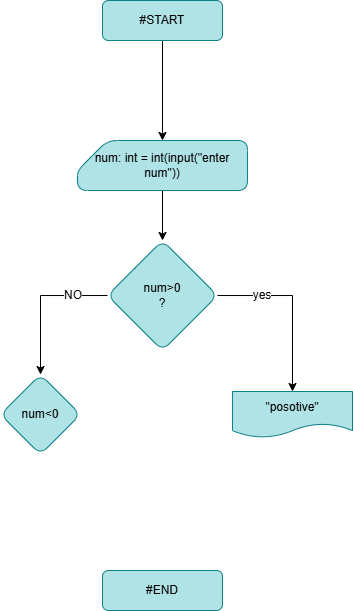
Above: elif.diag.png in mayalis2002/Class-Practice (draw.io), before the change. Source tidied: cells renumbered, new cells last; positions are measured from the earlier drawing's top-left corner, leaving out a move shared by most shapes.
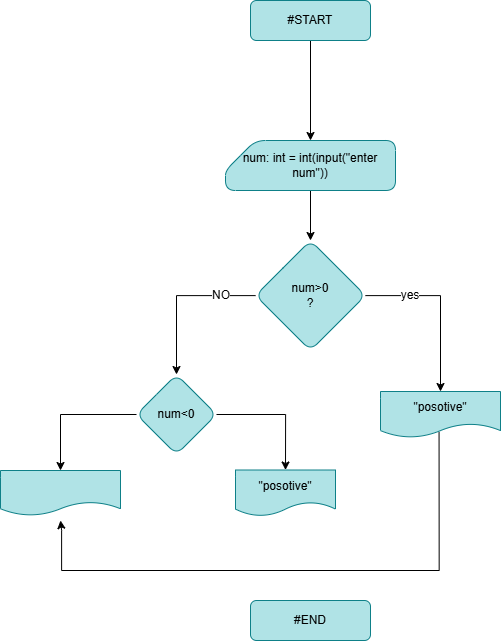
The same file after the commit.

What changed in the source:
```diff
@@ -23,14 +23,31 @@
     <mxCell id="8" value="num&amp;gt;0&lt;div&gt;?&lt;/div&gt;" style="rhombus;whiteSpace=wrap;html=1;rounded=1;strokeColor=#0e8088;align=center;verticalAlign=middle;fontFamily=Helvetica;fontSize=12;fontColor=default;fillColor=#b0e3e6;" parent="1" vertex="1">
       <mxGeometry x="107" y="240" width="110" height="110" as="geometry" />
     </mxCell>
+    <mxCell id="14" style="edgeStyle=orthogonalEdgeStyle;rounded=0;jettySize=auto;html=1;fontFamily=Helvetica;fontSize=12;fontColor=default;" parent="1" edge="1" source="9" target="18">
+      <mxGeometry relative="1" as="geometry" />
+    </mxCell>
+    <mxCell id="15" style="edgeStyle=orthogonalEdgeStyle;rounded=0;jettySize=auto;html=1;fontFamily=Helvetica;fontSize=12;fontColor=default;entryX=0.5;entryY=0;entryDx=0;entryDy=0;" parent="1" edge="1" source="9" target="17">
+      <mxGeometry relative="1" as="geometry" />
+    </mxCell>
     <mxCell id="9" value="num&amp;lt;0" style="rhombus;whiteSpace=wrap;html=1;rounded=1;strokeColor=#0e8088;align=center;verticalAlign=middle;fontFamily=Helvetica;fontSize=12;fontColor=default;fillColor=#b0e3e6;" parent="1" vertex="1">
-      <mxGeometry y="374" width="80" height="80" as="geometry" />
+      <mxGeometry x="-12" y="374" width="80" height="80" as="geometry" />
     </mxCell>
+    <mxCell id="16" style="edgeStyle=orthogonalEdgeStyle;rounded=0;jettySize=auto;html=1;fontFamily=Helvetica;fontSize=12;fontColor=default;exitX=0.488;exitY=0.878;exitDx=0;exitDy=0;exitPerimeter=0;" parent="1" edge="1" source="10">
+      <mxGeometry relative="1" as="geometry">
+        <mxPoint x="-88" y="520" as="targetPoint" />
+        <Array as="points">
+          <mxPoint x="291" y="570" />
+          <mxPoint x="-87" y="570" />
+          <mxPoint x="-87" y="530" />
+          <mxPoint x="-88" y="530" />
+        </Array>
+      </mxGeometry>
+    </mxCell>
     <mxCell id="10" value="&quot;posotive&quot;" style="shape=document;whiteSpace=wrap;html=1;boundedLbl=1;rounded=1;strokeColor=#0e8088;align=center;verticalAlign=middle;fontFamily=Helvetica;fontSize=12;fontColor=default;fillColor=#b0e3e6;" parent="1" vertex="1">
       <mxGeometry x="232" y="391" width="120" height="46" as="geometry" />
     </mxCell>
     <mxCell id="11" value="#END" style="rounded=1;whiteSpace=wrap;html=1;strokeColor=#0e8088;align=center;verticalAlign=middle;fontFamily=Helvetica;fontSize=12;fontColor=default;fillColor=#b0e3e6;" parent="1" vertex="1">
-      <mxGeometry x="102" y="570" width="120" height="40" as="geometry" />
+      <mxGeometry x="102" y="600" width="120" height="40" as="geometry" />
     </mxCell>
     <mxCell id="12" value="yes" style="text;html=1;align=center;verticalAlign=middle;whiteSpace=wrap;rounded=0;fontFamily=Helvetica;fontSize=12;fontColor=default;labelBackgroundColor=default;" parent="1" vertex="1">
       <mxGeometry x="232" y="280" width="60" height="30" as="geometry" />
@@ -38,5 +55,11 @@
     <mxCell id="13" value="NO" style="text;html=1;align=center;verticalAlign=middle;whiteSpace=wrap;rounded=0;fontFamily=Helvetica;fontSize=12;fontColor=default;labelBackgroundColor=default;" parent="1" vertex="1">
       <mxGeometry x="43" y="280" width="60" height="30" as="geometry" />
     </mxCell>
+    <mxCell id="17" value="&quot;posotive&quot;" style="shape=document;whiteSpace=wrap;html=1;boundedLbl=1;rounded=1;strokeColor=#0e8088;align=center;verticalAlign=middle;fontFamily=Helvetica;fontSize=12;fontColor=default;fillColor=#b0e3e6;" parent="1" vertex="1">
+      <mxGeometry x="87" y="469.5" width="100" height="46" as="geometry" />
+    </mxCell>
+    <mxCell id="18" style="shape=document;whiteSpace=wrap;html=1;boundedLbl=1;fillColor=#b0e3e6;strokeColor=#0e8088;rounded=1;" parent="1" vertex="1">
+      <mxGeometry x="-148" y="470" width="120" height="45" as="geometry" />
+    </mxCell>
   </root>
 </mxGraphModel>
```
